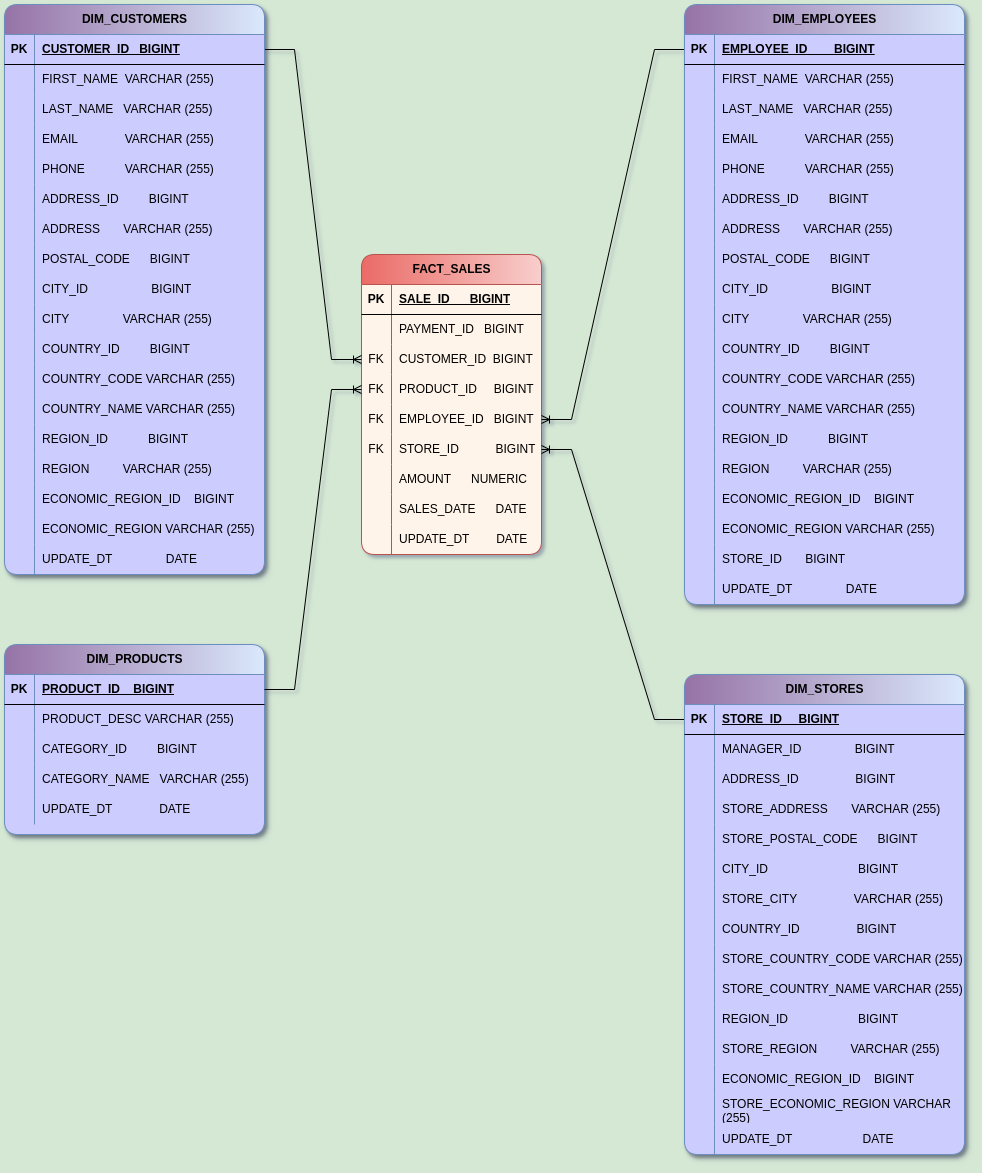
Before: Task 2/DWH_Aliaksei_Papou_HW_Task2.1_Star_Schema.png, a diagram exported from draw.io (Aliaksei-vp/Aliaksei_Papou_AU25). Source tidied: cells renumbered, new cells last; positions are measured from the earlier drawing's top-left corner, leaving out a move shared by most shapes.
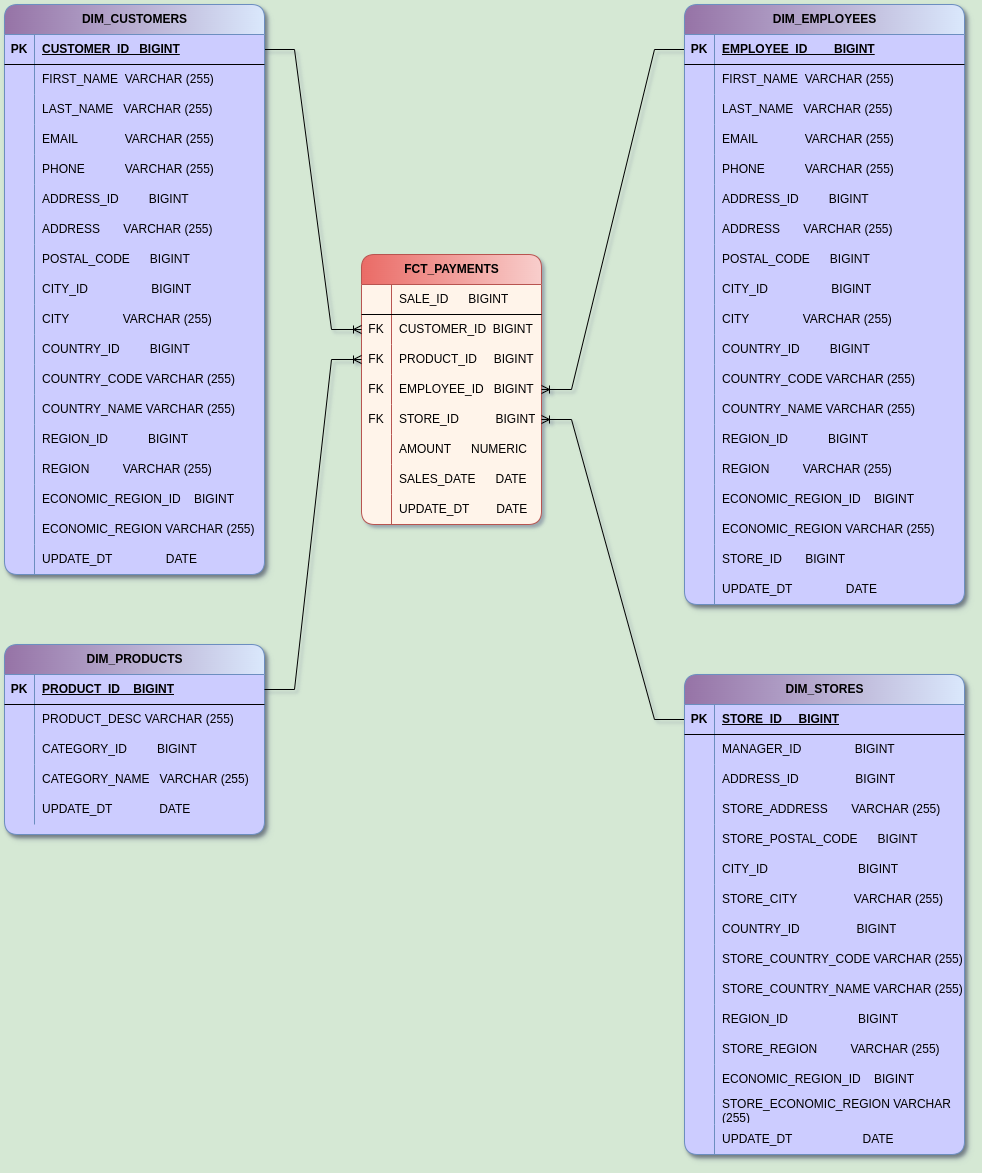
Later version of the same file.

Commit message:
DWH_Task_2 fixed

What changed in the source:
```diff
@@ -2,29 +2,20 @@
   <root>
     <mxCell id="0" />
     <mxCell id="1" parent="0" />
-    <mxCell id="2" value="FACT_SALES" style="shape=table;startSize=30;rowLines=0;fontStyle=1;align=center;html=1;fillColor=#f8cecc;strokeColor=#b85450;rounded=1;swimlaneFillColor=#FFF4EA;gradientColor=#EA6B66;gradientDirection=west;" parent="1" vertex="1">
-      <mxGeometry x="357" y="250" width="180" height="300" as="geometry" />
+    <mxCell id="2" value="FCT_PAYMENTS" style="shape=table;startSize=30;rowLines=0;fontStyle=1;align=center;html=1;fillColor=#f8cecc;strokeColor=#b85450;rounded=1;swimlaneFillColor=#FFF4EA;gradientColor=#EA6B66;gradientDirection=west;" parent="1" vertex="1">
+      <mxGeometry x="357" y="250" width="180" height="270" as="geometry" />
     </mxCell>
     <mxCell id="3" style="shape=tableRow;horizontal=0;startSize=0;swimlaneHead=0;swimlaneBody=0;fillColor=none;top=0;left=0;right=0;bottom=1;" parent="2" vertex="1">
       <mxGeometry y="30" width="180" height="30" as="geometry" />
     </mxCell>
-    <mxCell id="4" value="PK" style="shape=partialRectangle;fillColor=none;top=0;left=0;bottom=0;right=0;fontStyle=1;overflow=hidden;whiteSpace=wrap;html=1;" parent="3" vertex="1">
+    <mxCell id="4" style="shape=partialRectangle;fillColor=none;top=0;left=0;bottom=0;right=0;fontStyle=1;overflow=hidden;whiteSpace=wrap;html=1;" parent="3" vertex="1">
       <mxGeometry width="30" height="30" as="geometry" />
     </mxCell>
-    <mxCell id="5" value="SALE_ID&amp;nbsp; &amp;nbsp; &amp;nbsp; BIGINT" style="shape=partialRectangle;fillColor=none;top=0;left=0;bottom=0;right=0;align=left;spacingLeft=6;fontStyle=5;overflow=hidden;whiteSpace=wrap;html=1;" parent="3" vertex="1">
+    <mxCell id="5" value="SALE_ID&amp;nbsp; &amp;nbsp; &amp;nbsp; BIGINT" style="shape=partialRectangle;fillColor=none;top=0;left=0;bottom=0;right=0;align=left;spacingLeft=6;fontStyle=0;overflow=hidden;whiteSpace=wrap;html=1;" parent="3" vertex="1">
       <mxGeometry x="30" width="150" height="30" as="geometry" />
     </mxCell>
-    <mxCell id="6" style="shape=tableRow;horizontal=0;startSize=0;swimlaneHead=0;swimlaneBody=0;fillColor=none;top=0;left=0;right=0;bottom=0;" parent="2" vertex="1">
-      <mxGeometry y="60" width="180" height="30" as="geometry" />
-    </mxCell>
-    <mxCell id="7" style="shape=partialRectangle;fillColor=none;top=0;left=0;bottom=0;right=0;overflow=hidden;whiteSpace=wrap;html=1;" parent="6" vertex="1">
-      <mxGeometry width="30" height="30" as="geometry" />
-    </mxCell>
-    <mxCell id="8" value="PAYMENT_ID&amp;nbsp; &amp;nbsp;BIGINT" style="shape=partialRectangle;fillColor=none;top=0;left=0;bottom=0;right=0;align=left;spacingLeft=6;overflow=hidden;whiteSpace=wrap;html=1;" parent="6" vertex="1">
-      <mxGeometry x="30" width="150" height="30" as="geometry" />
-    </mxCell>
     <mxCell id="9" style="shape=tableRow;horizontal=0;startSize=0;swimlaneHead=0;swimlaneBody=0;fillColor=none;points=[[0,0.5],[1,0.5]];portConstraint=eastwest;top=0;left=0;right=0;bottom=0;" parent="2" vertex="1">
-      <mxGeometry y="90" width="180" height="30" as="geometry" />
+      <mxGeometry y="60" width="180" height="30" as="geometry" />
     </mxCell>
     <mxCell id="10" value="FK" style="shape=partialRectangle;fillColor=none;top=0;left=0;bottom=0;right=0;overflow=hidden;whiteSpace=wrap;html=1;" parent="9" vertex="1">
       <mxGeometry width="30" height="30" as="geometry" />
@@ -33,7 +24,7 @@
       <mxGeometry x="30" width="150" height="30" as="geometry" />
     </mxCell>
     <mxCell id="12" style="shape=tableRow;horizontal=0;startSize=0;swimlaneHead=0;swimlaneBody=0;fillColor=none;points=[[0,0.5],[1,0.5]];portConstraint=eastwest;top=0;left=0;right=0;bottom=0;" parent="2" vertex="1">
-      <mxGeometry y="120" width="180" height="30" as="geometry" />
+      <mxGeometry y="90" width="180" height="30" as="geometry" />
     </mxCell>
     <mxCell id="13" value="FK" style="shape=partialRectangle;fillColor=none;top=0;left=0;bottom=0;right=0;overflow=hidden;whiteSpace=wrap;html=1;" parent="12" vertex="1">
       <mxGeometry width="30" height="30" as="geometry" />
@@ -42,7 +33,7 @@
       <mxGeometry x="30" width="150" height="30" as="geometry" />
     </mxCell>
     <mxCell id="15" style="shape=tableRow;horizontal=0;startSize=0;swimlaneHead=0;swimlaneBody=0;fillColor=none;points=[[0,0.5],[1,0.5]];portConstraint=eastwest;top=0;left=0;right=0;bottom=0;" parent="2" vertex="1">
-      <mxGeometry y="150" width="180" height="30" as="geometry" />
+      <mxGeometry y="120" width="180" height="30" as="geometry" />
     </mxCell>
     <mxCell id="16" value="FK" style="shape=partialRectangle;fillColor=none;top=0;left=0;bottom=0;right=0;overflow=hidden;whiteSpace=wrap;html=1;" parent="15" vertex="1">
       <mxGeometry width="30" height="30" as="geometry" />
@@ -51,7 +42,7 @@
       <mxGeometry x="30" width="150" height="30" as="geometry" />
     </mxCell>
     <mxCell id="18" style="shape=tableRow;horizontal=0;startSize=0;swimlaneHead=0;swimlaneBody=0;fillColor=none;points=[[0,0.5],[1,0.5]];portConstraint=eastwest;top=0;left=0;right=0;bottom=0;" parent="2" vertex="1">
-      <mxGeometry y="180" width="180" height="30" as="geometry" />
+      <mxGeometry y="150" width="180" height="30" as="geometry" />
     </mxCell>
     <mxCell id="19" value="FK" style="shape=partialRectangle;fillColor=none;top=0;left=0;bottom=0;right=0;overflow=hidden;whiteSpace=wrap;html=1;" parent="18" vertex="1">
       <mxGeometry width="30" height="30" as="geometry" />
@@ -60,7 +51,7 @@
       <mxGeometry x="30" width="150" height="30" as="geometry" />
     </mxCell>
     <mxCell id="21" style="shape=tableRow;horizontal=0;startSize=0;swimlaneHead=0;swimlaneBody=0;fillColor=none;top=0;left=0;right=0;bottom=0;" parent="2" vertex="1">
-      <mxGeometry y="210" width="180" height="30" as="geometry" />
+      <mxGeometry y="180" width="180" height="30" as="geometry" />
     </mxCell>
     <mxCell id="22" style="shape=partialRectangle;fillColor=none;top=0;left=0;bottom=0;right=0;overflow=hidden;whiteSpace=wrap;html=1;" parent="21" vertex="1">
       <mxGeometry width="30" height="30" as="geometry" />
@@ -69,7 +60,7 @@
       <mxGeometry x="30" width="150" height="30" as="geometry" />
     </mxCell>
     <mxCell id="24" style="shape=tableRow;horizontal=0;startSize=0;swimlaneHead=0;swimlaneBody=0;fillColor=none;top=0;left=0;right=0;bottom=0;" parent="2" vertex="1">
-      <mxGeometry y="240" width="180" height="30" as="geometry" />
+      <mxGeometry y="210" width="180" height="30" as="geometry" />
     </mxCell>
     <mxCell id="25" style="shape=partialRectangle;fillColor=none;top=0;left=0;bottom=0;right=0;overflow=hidden;whiteSpace=wrap;html=1;" parent="24" vertex="1">
       <mxGeometry width="30" height="30" as="geometry" />
@@ -78,7 +69,7 @@
       <mxGeometry x="30" width="150" height="30" as="geometry" />
     </mxCell>
     <mxCell id="27" style="shape=tableRow;horizontal=0;startSize=0;swimlaneHead=0;swimlaneBody=0;fillColor=none;top=0;left=0;right=0;bottom=0;" parent="2" vertex="1">
-      <mxGeometry y="270" width="180" height="30" as="geometry" />
+      <mxGeometry y="240" width="180" height="30" as="geometry" />
     </mxCell>
     <mxCell id="28" style="shape=partialRectangle;fillColor=none;top=0;left=0;bottom=0;right=0;overflow=hidden;whiteSpace=wrap;html=1;" parent="27" vertex="1">
       <mxGeometry width="30" height="30" as="geometry" />
```
